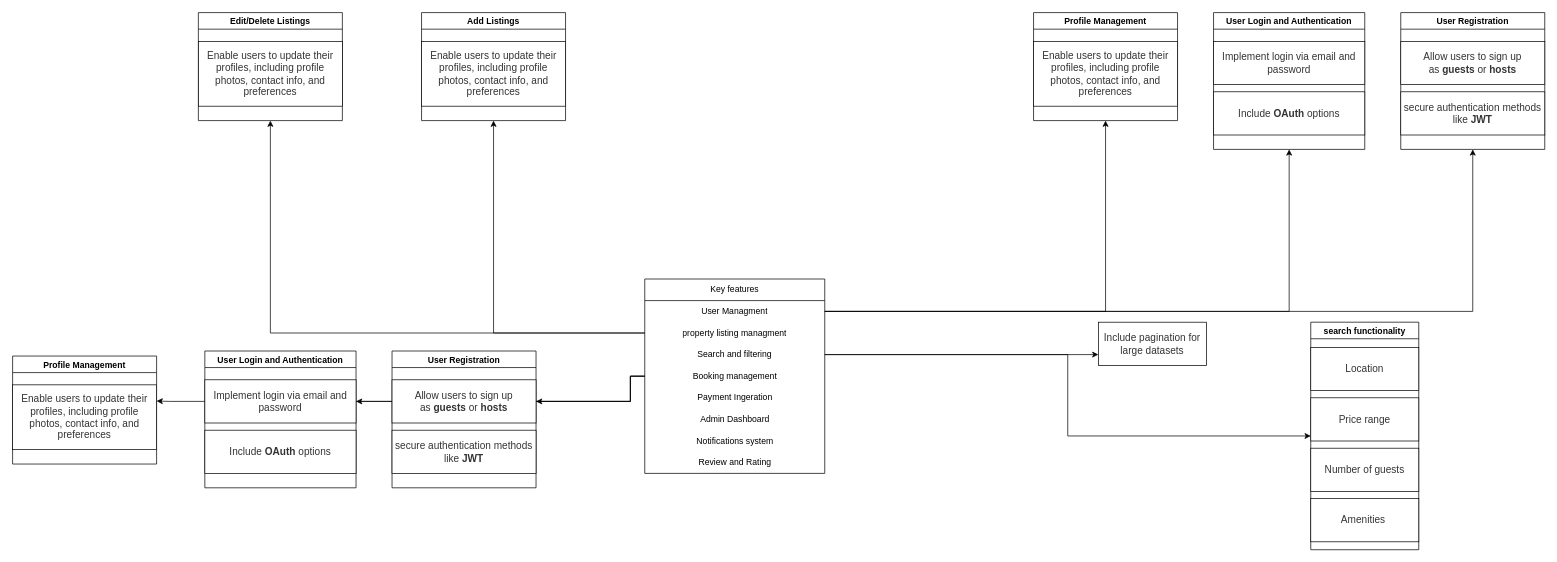
Above: airBnB.drawio in Dinamow/alx-airbnb-project-documentation (draw.io), before the change. Source tidied: cells renumbered, new cells numbered last; positions are measured from the earlier drawing's top-left corner, leaving out a move shared by most shapes. Both pictures are drawn from the tidied source at 72%, with x=0, y=0 at pixel (12, 12).
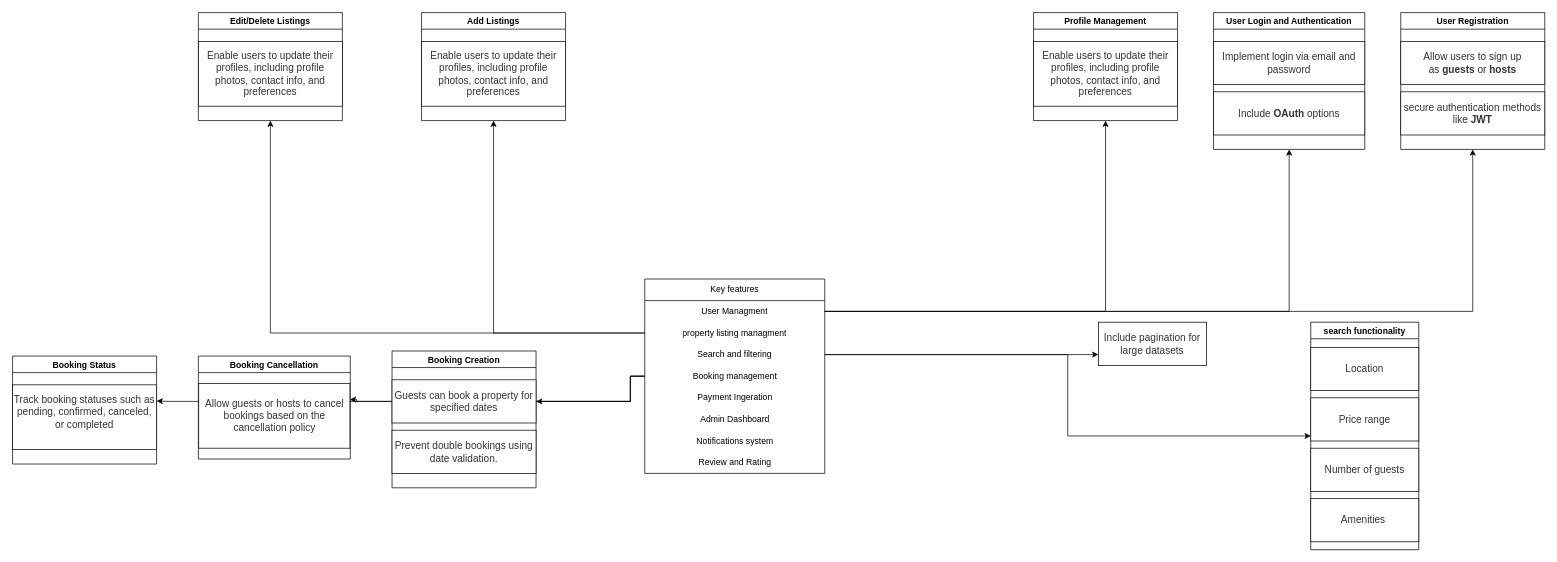
The same page after the edit.

Commit message:
book management docs

Unchanged cells that the change refers to:
```xml
<mxCell id="8" value="Booking management" style="text;html=1;align=center;verticalAlign=middle;points=[];strokeColor=none;fillColor=none;" parent="4" vertex="1">
  <mxGeometry y="120" width="250" height="30" as="geometry" />
</mxCell>
```

Diff of the diagram source:
```diff
@@
-    <mxCell id="2" style="edgeStyle=orthogonalEdgeStyle;rounded=0;jettySize=auto;html=1;" parent="1" edge="1" source="8" target="34">
+    <mxCell id="2" style="edgeStyle=orthogonalEdgeStyle;rounded=0;jettySize=auto;html=1;entryX=1;entryY=0.25;entryDx=0;entryDy=0;" parent="1" edge="1" source="8" target="35">
       <mxGeometry relative="1" as="geometry">
         <Array as="points">
           <mxPoint x="858" y="505" />
           <mxPoint x="858" y="540" />
-          <mxPoint x="473" y="540" />
+          <mxPoint x="478" y="540" />
         </Array>
       </mxGeometry>
     </mxCell>
@@
-    <mxCell id="31" value="User Registration" style="swimlane;" parent="1" vertex="1">
+    <mxCell id="31" value="Booking Creation" style="swimlane;" parent="1" vertex="1">
       <mxGeometry x="527" y="470" width="200" height="190" as="geometry" />
     </mxCell>
-    <mxCell id="32" value="&lt;span style=&quot;color: rgb(51, 51, 51); font-family: aktiv-grotesk, sans-serif; font-size: 14px; text-align: left; background-color: rgb(255, 255, 255);&quot;&gt;Allow users to sign up as&amp;nbsp;&lt;/span&gt;&lt;strong style=&quot;box-sizing: border-box; color: rgb(51, 51, 51); font-family: aktiv-grotesk, sans-serif; font-size: 14px; text-align: left; background-color: rgb(255, 255, 255);&quot;&gt;guests&lt;/strong&gt;&lt;span style=&quot;color: rgb(51, 51, 51); font-family: aktiv-grotesk, sans-serif; font-size: 14px; text-align: left; background-color: rgb(255, 255, 255);&quot;&gt;&amp;nbsp;or&amp;nbsp;&lt;/span&gt;&lt;strong style=&quot;box-sizing: border-box; color: rgb(51, 51, 51); font-family: aktiv-grotesk, sans-serif; font-size: 14px; text-align: left; background-color: rgb(255, 255, 255);&quot;&gt;hosts&lt;/strong&gt;" style="whiteSpace=wrap;html=1;align=center;newEdgeStyle={&quot;edgeStyle&quot;:&quot;elbowEdgeStyle&quot;,&quot;startArrow&quot;:&quot;none&quot;,&quot;endArrow&quot;:&quot;none&quot;};" parent="31" vertex="1">
+    <mxCell id="32" value="&lt;span style=&quot;color: rgb(51, 51, 51); font-family: aktiv-grotesk, sans-serif; font-size: 14px; text-align: left; background-color: rgb(255, 255, 255);&quot;&gt;Guests can book a property for specified dates&lt;/span&gt;" style="whiteSpace=wrap;html=1;align=center;newEdgeStyle={&quot;edgeStyle&quot;:&quot;elbowEdgeStyle&quot;,&quot;startArrow&quot;:&quot;none&quot;,&quot;endArrow&quot;:&quot;none&quot;};" parent="31" vertex="1">
       <mxGeometry y="40" width="200" height="60" as="geometry" />
     </mxCell>
-    <mxCell id="33" value="&lt;span style=&quot;color: rgb(51, 51, 51); font-family: aktiv-grotesk, sans-serif; font-size: 14px; text-align: left; background-color: rgb(255, 255, 255);&quot;&gt;secure authentication methods like&amp;nbsp;&lt;/span&gt;&lt;strong style=&quot;box-sizing: border-box; color: rgb(51, 51, 51); font-family: aktiv-grotesk, sans-serif; font-size: 14px; text-align: left; background-color: rgb(255, 255, 255);&quot;&gt;JWT&lt;/strong&gt;" style="whiteSpace=wrap;html=1;align=center;newEdgeStyle={&quot;edgeStyle&quot;:&quot;elbowEdgeStyle&quot;,&quot;startArrow&quot;:&quot;none&quot;,&quot;endArrow&quot;:&quot;none&quot;};" parent="31" vertex="1">
+    <mxCell id="33" value="&lt;span style=&quot;background-color: rgb(255, 255, 255); color: rgb(51, 51, 51); font-family: aktiv-grotesk, sans-serif; font-size: 14px; text-align: start;&quot;&gt;Prevent double bookings using date validation.&lt;/span&gt;" style="whiteSpace=wrap;html=1;align=center;newEdgeStyle={&quot;edgeStyle&quot;:&quot;elbowEdgeStyle&quot;,&quot;startArrow&quot;:&quot;none&quot;,&quot;endArrow&quot;:&quot;none&quot;};" parent="31" vertex="1">
       <mxGeometry y="110" width="200" height="60" as="geometry" />
     </mxCell>
-    <mxCell id="34" value="User Login and Authentication" style="swimlane;" parent="1" vertex="1">
-      <mxGeometry x="267" y="470" width="210" height="190" as="geometry" />
+    <mxCell id="34" value="Booking Cancellation" style="swimlane;startSize=23;" parent="1" vertex="1">
+      <mxGeometry x="258" y="477" width="211" height="143" as="geometry" />
     </mxCell>
-    <mxCell id="35" value="&lt;span style=&quot;color: rgb(51, 51, 51); font-family: aktiv-grotesk, sans-serif; font-size: 14px; text-align: left; background-color: rgb(255, 255, 255);&quot;&gt;Implement login via email and password&lt;/span&gt;" style="whiteSpace=wrap;html=1;align=center;newEdgeStyle={&quot;edgeStyle&quot;:&quot;elbowEdgeStyle&quot;,&quot;startArrow&quot;:&quot;none&quot;,&quot;endArrow&quot;:&quot;none&quot;};" parent="34" vertex="1">
-      <mxGeometry y="40" width="210" height="60" as="geometry" />
+    <mxCell id="35" value="&lt;span style=&quot;color: rgb(51, 51, 51); font-family: aktiv-grotesk, sans-serif; font-size: 14px; text-align: left; background-color: rgb(255, 255, 255);&quot;&gt;Allow guests or hosts to cancel bookings based on the cancellation policy&lt;/span&gt;" style="whiteSpace=wrap;html=1;align=center;newEdgeStyle={&quot;edgeStyle&quot;:&quot;elbowEdgeStyle&quot;,&quot;startArrow&quot;:&quot;none&quot;,&quot;endArrow&quot;:&quot;none&quot;};" parent="34" vertex="1">
+      <mxGeometry x="0.5" y="38" width="210" height="90" as="geometry" />
     </mxCell>
-    <mxCell id="36" value="&lt;span style=&quot;color: rgb(51, 51, 51); font-family: aktiv-grotesk, sans-serif; font-size: 14px; text-align: left; background-color: rgb(255, 255, 255);&quot;&gt;Include&amp;nbsp;&lt;/span&gt;&lt;strong style=&quot;box-sizing: border-box; color: rgb(51, 51, 51); font-family: aktiv-grotesk, sans-serif; font-size: 14px; text-align: left; background-color: rgb(255, 255, 255);&quot;&gt;OAuth&lt;/strong&gt;&lt;span style=&quot;color: rgb(51, 51, 51); font-family: aktiv-grotesk, sans-serif; font-size: 14px; text-align: left; background-color: rgb(255, 255, 255);&quot;&gt;&amp;nbsp;options&lt;/span&gt;" style="whiteSpace=wrap;html=1;align=center;newEdgeStyle={&quot;edgeStyle&quot;:&quot;elbowEdgeStyle&quot;,&quot;startArrow&quot;:&quot;none&quot;,&quot;endArrow&quot;:&quot;none&quot;};" parent="34" vertex="1">
-      <mxGeometry y="110" width="210" height="60" as="geometry" />
-    </mxCell>
-    <mxCell id="37" value="Profile Management" style="swimlane;" parent="1" vertex="1">
+    <mxCell id="37" value="Booking Status" style="swimlane;" parent="1" vertex="1">
       <mxGeometry y="477" width="200" height="150" as="geometry" />
     </mxCell>
-    <mxCell id="38" value="&lt;span style=&quot;color: rgb(51, 51, 51); font-family: aktiv-grotesk, sans-serif; font-size: 14px; text-align: left; background-color: rgb(255, 255, 255);&quot;&gt;Enable users to update their profiles, including profile photos, contact info, and preferences&lt;/span&gt;" style="whiteSpace=wrap;html=1;align=center;newEdgeStyle={&quot;edgeStyle&quot;:&quot;elbowEdgeStyle&quot;,&quot;startArrow&quot;:&quot;none&quot;,&quot;endArrow&quot;:&quot;none&quot;};" parent="37" vertex="1">
+    <mxCell id="38" value="&#10;&lt;span style=&quot;color: rgb(51, 51, 51); font-family: aktiv-grotesk, sans-serif; font-size: 14px; font-style: normal; font-variant-ligatures: normal; font-variant-caps: normal; font-weight: 400; letter-spacing: normal; orphans: 2; text-align: left; text-indent: 0px; text-transform: none; widows: 2; word-spacing: 0px; -webkit-text-stroke-width: 0px; white-space: normal; background-color: rgb(255, 255, 255); text-decoration-thickness: initial; text-decoration-style: initial; text-decoration-color: initial; display: inline !important; float: none;&quot;&gt;Track booking statuses such as pending, confirmed, canceled, or completed&lt;/span&gt;&#10;&#10;" style="whiteSpace=wrap;html=1;align=center;newEdgeStyle={&quot;edgeStyle&quot;:&quot;elbowEdgeStyle&quot;,&quot;startArrow&quot;:&quot;none&quot;,&quot;endArrow&quot;:&quot;none&quot;};" parent="37" vertex="1">
       <mxGeometry y="40" width="200" height="90" as="geometry" />
     </mxCell>
```
